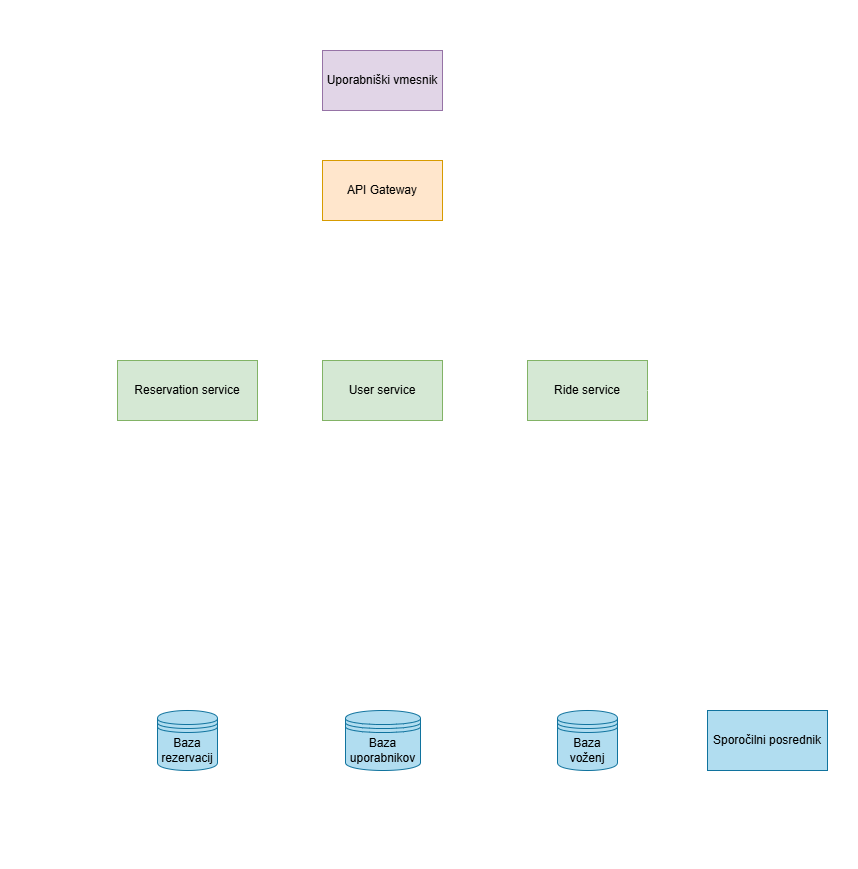
Earlier version of the draw.io export docs/arhitecture.png (SarugaAlen/RideSync). Source tidied: cells renumbered, new cells last; positions are measured from the earlier drawing's top-left corner, leaving out a move shared by most shapes.
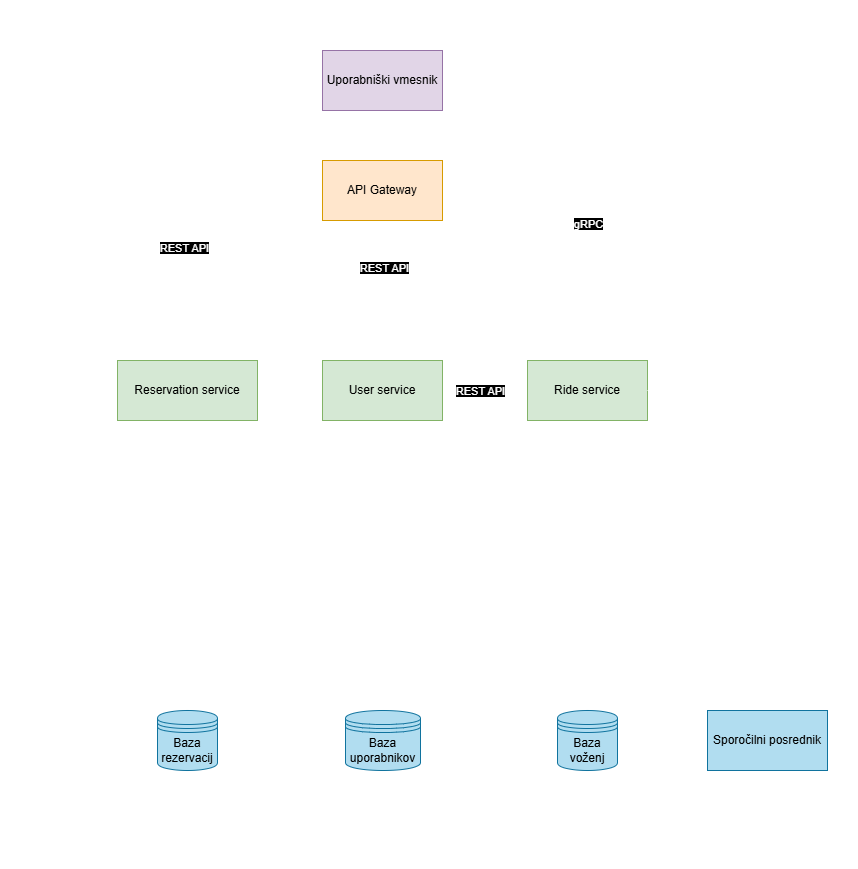
Above is the later version.

Commit message:
Update architecture diagram

The edit, as a diff of the source:
```diff
@@ -11,19 +11,19 @@
     <mxCell id="4" style="edgeStyle=orthogonalEdgeStyle;rounded=0;jettySize=auto;html=1;strokeColor=#FFFFFF;" parent="1" edge="1" source="10" target="14">
       <mxGeometry relative="1" as="geometry" />
     </mxCell>
-    <mxCell id="5" value="&lt;font style=&quot;color: rgb(255, 255, 255);&quot;&gt;REST API&lt;/font&gt;" style="edgeLabel;html=1;align=center;verticalAlign=middle;" parent="4" vertex="1">
+    <mxCell id="5" value="&lt;font style=&quot;color: rgb(255, 255, 255); background-color: rgb(0, 0, 0);&quot;&gt;REST API&lt;/font&gt;" style="edgeLabel;html=1;align=center;verticalAlign=middle;" parent="4" vertex="1">
       <mxGeometry x="-0.33" y="1" relative="1" as="geometry" />
     </mxCell>
     <mxCell id="6" style="edgeStyle=orthogonalEdgeStyle;rounded=0;jettySize=auto;html=1;entryX=0.5;entryY=0;entryDx=0;entryDy=0;strokeColor=#FFFFFF;" parent="1" edge="1" source="10" target="26">
       <mxGeometry relative="1" as="geometry" />
     </mxCell>
-    <mxCell id="7" value="&lt;font style=&quot;color: rgb(255, 255, 255);&quot;&gt;gRPC&lt;/font&gt;" style="edgeLabel;html=1;align=center;verticalAlign=middle;" parent="6" vertex="1">
+    <mxCell id="7" value="&lt;font style=&quot;background-color: rgb(0, 0, 0); color: rgb(255, 255, 255);&quot;&gt;gRPC&lt;/font&gt;" style="edgeLabel;html=1;align=center;verticalAlign=middle;" parent="6" vertex="1">
       <mxGeometry x="0.13" relative="1" as="geometry" />
     </mxCell>
     <mxCell id="8" style="edgeStyle=orthogonalEdgeStyle;rounded=0;jettySize=auto;html=1;entryX=0.5;entryY=0;entryDx=0;entryDy=0;strokeColor=#FFFFFF;" parent="1" edge="1" source="10" target="18">
       <mxGeometry relative="1" as="geometry" />
     </mxCell>
-    <mxCell id="9" value="&lt;font style=&quot;color: rgb(255, 255, 255);&quot;&gt;REST API&lt;/font&gt;" style="edgeLabel;html=1;align=center;verticalAlign=middle;" parent="8" vertex="1">
+    <mxCell id="9" value="&lt;font style=&quot;color: rgb(252, 252, 252); background-color: rgb(0, 0, 0);&quot;&gt;REST API&lt;/font&gt;" style="edgeLabel;html=1;align=center;verticalAlign=middle;" parent="8" vertex="1">
       <mxGeometry x="0.26" y="-4" relative="1" as="geometry" />
     </mxCell>
     <mxCell id="10" value="API Gateway" style="rounded=0;whiteSpace=wrap;html=1;fillColor=#ffe6cc;strokeColor=#d79b00;" parent="1" vertex="1">
@@ -35,7 +35,7 @@
     <mxCell id="12" style="edgeStyle=orthogonalEdgeStyle;rounded=0;jettySize=auto;html=1;entryX=0;entryY=0.5;entryDx=0;entryDy=0;strokeColor=#FFFFFF;" parent="1" edge="1" source="14" target="26">
       <mxGeometry relative="1" as="geometry" />
     </mxCell>
-    <mxCell id="13" value="&lt;font style=&quot;color: rgb(255, 255, 255);&quot;&gt;REST API&lt;/font&gt;" style="edgeLabel;html=1;align=center;verticalAlign=middle;" parent="12" vertex="1">
+    <mxCell id="13" value="&lt;font style=&quot;color: rgb(255, 255, 255); background-color: rgb(0, 0, 0);&quot;&gt;REST API&lt;/font&gt;" style="edgeLabel;html=1;align=center;verticalAlign=middle;" parent="12" vertex="1">
       <mxGeometry x="-0.13" relative="1" as="geometry" />
     </mxCell>
     <mxCell id="14" value="User service" style="rounded=0;whiteSpace=wrap;html=1;fillColor=#d5e8d4;strokeColor=#82b366;" parent="1" vertex="1">
```
